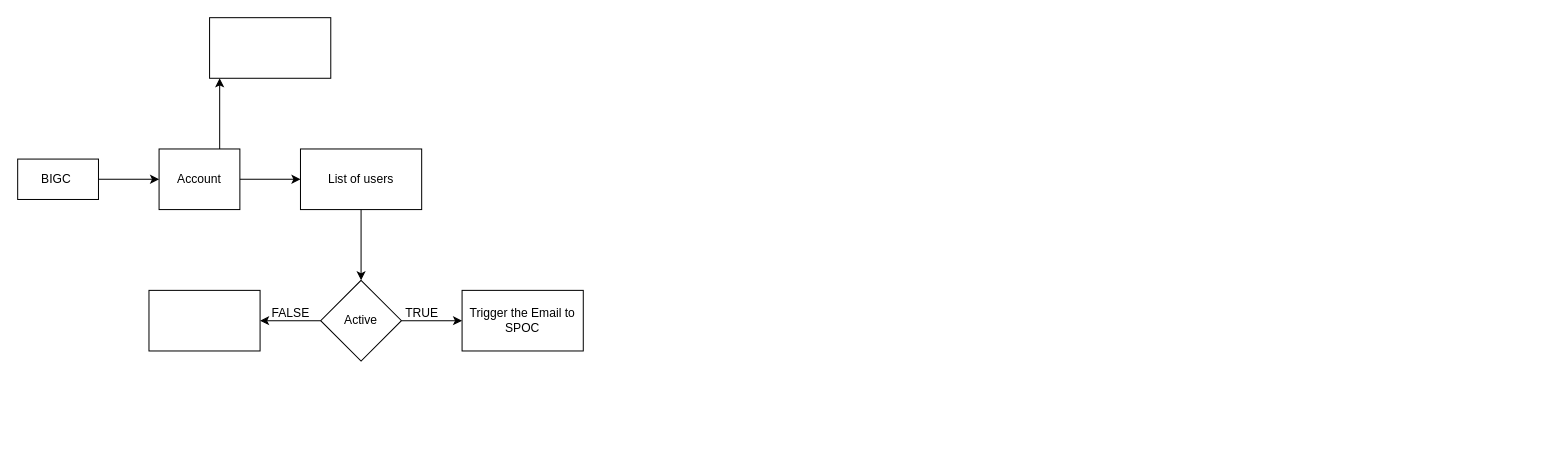
Above: Untitled Diagram.drawio in Kavanam123/Archary-Game (draw.io), before the change. Source tidied: cells renumbered, new cells numbered last; positions are measured from the earlier drawing's top-left corner, leaving out a move shared by most shapes. Both pictures are drawn from the tidied source at 101%, with x=0, y=0 at pixel (17, 17).
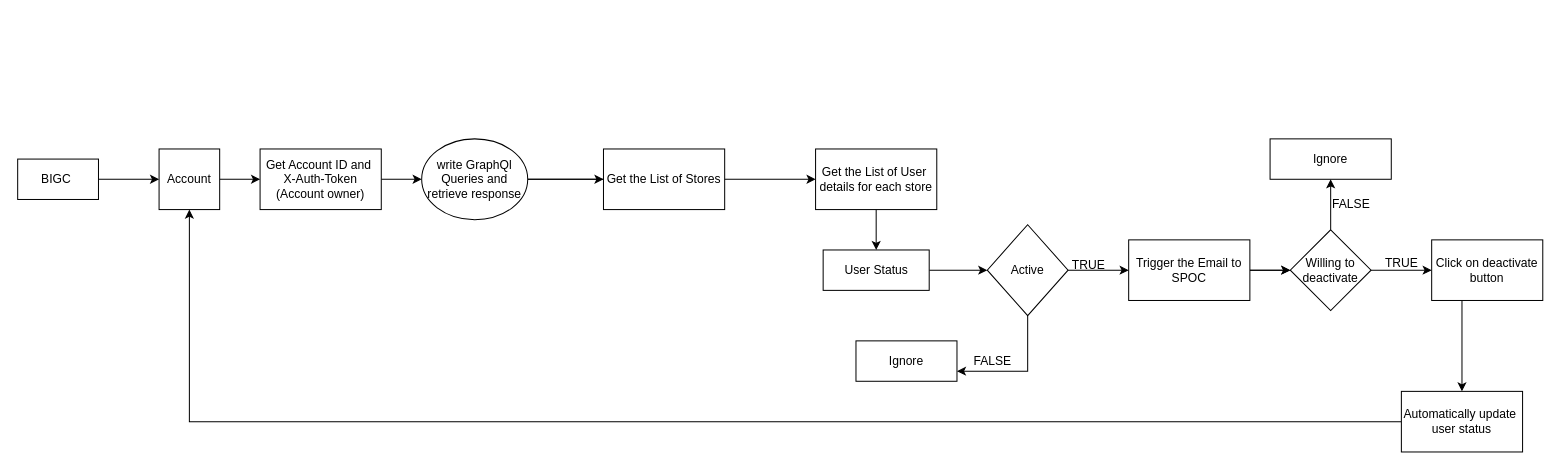
After the change.

Diff of the diagram source:
```diff
@@
-    <mxCell id="4" style="edgeStyle=orthogonalEdgeStyle;rounded=0;jettySize=auto;html=1;" parent="1" edge="1" source="6" target="8">
-      <mxGeometry relative="1" as="geometry" />
+    <mxCell id="4" style="edgeStyle=orthogonalEdgeStyle;rounded=0;jettySize=auto;html=1;" parent="1" edge="1" source="6">
+      <mxGeometry relative="1" as="geometry">
+        <mxPoint x="240" y="160" as="targetPoint" />
+      </mxGeometry>
     </mxCell>
-    <mxCell id="5" style="edgeStyle=orthogonalEdgeStyle;rounded=0;jettySize=auto;html=1;" parent="1" edge="1" source="6" target="9">
-      <mxGeometry relative="1" as="geometry">
-        <Array as="points">
-          <mxPoint x="200" y="90" />
-          <mxPoint x="200" y="90" />
-        </Array>
-      </mxGeometry>
-    </mxCell>
     <mxCell id="6" value="Account" style="whiteSpace=wrap;html=1;rounded=0;" parent="1" vertex="1">
-      <mxGeometry x="140" y="130" width="80" height="60" as="geometry" />
+      <mxGeometry x="140" y="130" width="60" height="60" as="geometry" />
     </mxCell>
-    <mxCell id="7" style="edgeStyle=orthogonalEdgeStyle;rounded=0;jettySize=auto;html=1;" parent="1" edge="1" source="8" target="12">
-      <mxGeometry relative="1" as="geometry" />
-    </mxCell>
+    <mxCell id="17" style="edgeStyle=orthogonalEdgeStyle;rounded=0;jettySize=auto;html=1;" parent="1" edge="1" source="8" target="25">
+      <mxGeometry relative="1" as="geometry" />
+    </mxCell>
-    <mxCell id="8" value="List of users" style="whiteSpace=wrap;html=1;rounded=0;" parent="1" vertex="1">
-      <mxGeometry x="280" y="130" width="120" height="60" as="geometry" />
+    <mxCell id="8" value="Get Account ID and&amp;nbsp;&lt;div&gt;X-Auth-Token (Account owner)&lt;/div&gt;" style="whiteSpace=wrap;html=1;rounded=0;" parent="1" vertex="1">
+      <mxGeometry x="240" y="130" width="120" height="60" as="geometry" />
     </mxCell>
-    <mxCell id="9" style="whiteSpace=wrap;html=1;rounded=0;" parent="1" vertex="1">
-      <mxGeometry x="190" width="120" height="60" as="geometry" />
-    </mxCell>
@@
-    <mxCell id="11" style="edgeStyle=orthogonalEdgeStyle;rounded=0;jettySize=auto;html=1;" parent="1" edge="1" source="12" target="15">
-      <mxGeometry relative="1" as="geometry" />
-    </mxCell>
+    <mxCell id="18" style="edgeStyle=orthogonalEdgeStyle;rounded=0;jettySize=auto;html=1;exitX=0.5;exitY=1;exitDx=0;exitDy=0;entryX=1;entryY=0.75;entryDx=0;entryDy=0;" parent="1" edge="1" source="12" target="38">
+      <mxGeometry relative="1" as="geometry" />
+    </mxCell>
     <mxCell id="12" value="Active" style="rhombus;whiteSpace=wrap;html=1;rounded=0;" parent="1" vertex="1">
-      <mxGeometry x="300" y="260" width="80" height="80" as="geometry" />
+      <mxGeometry x="960" y="205" width="80" height="90" as="geometry" />
     </mxCell>
+    <mxCell id="19" style="edgeStyle=orthogonalEdgeStyle;rounded=0;jettySize=auto;html=1;" parent="1" edge="1" source="13">
+      <mxGeometry relative="1" as="geometry">
+        <mxPoint x="1260" y="250" as="targetPoint" />
+      </mxGeometry>
+    </mxCell>
+    <mxCell id="20" style="edgeStyle=orthogonalEdgeStyle;rounded=0;jettySize=auto;html=1;" parent="1" edge="1" source="13" target="30">
+      <mxGeometry relative="1" as="geometry" />
+    </mxCell>
     <mxCell id="13" value="Trigger the Email to SPOC" style="whiteSpace=wrap;html=1;rounded=0;" parent="1" vertex="1">
-      <mxGeometry x="440" y="270" width="120" height="60" as="geometry" />
+      <mxGeometry x="1100" y="220" width="120" height="60" as="geometry" />
     </mxCell>
     <mxCell id="14" value="TRUE" style="text;html=1;align=center;verticalAlign=middle;strokeColor=none;fillColor=none;" parent="1" vertex="1">
-      <mxGeometry x="370" y="278" width="60" height="30" as="geometry" />
+      <mxGeometry x="1030" y="230" width="60" height="30" as="geometry" />
     </mxCell>
-    <mxCell id="15" style="whiteSpace=wrap;html=1;rounded=0;" parent="1" vertex="1">
-      <mxGeometry x="130" y="270" width="110" height="60" as="geometry" />
-    </mxCell>
-    <mxCell id="16" value="FALSE" style="text;html=1;align=center;verticalAlign=middle;strokeColor=none;fillColor=none;" parent="1" vertex="1">
-      <mxGeometry x="240" y="278" width="60" height="30" as="geometry" />
-    </mxCell>
+    <mxCell id="21" style="edgeStyle=orthogonalEdgeStyle;rounded=0;jettySize=auto;html=1;" parent="1" edge="1" source="22" target="12">
+      <mxGeometry relative="1" as="geometry" />
+    </mxCell>
+    <mxCell id="22" value="User Status" style="whiteSpace=wrap;html=1;rounded=0;" parent="1" vertex="1">
+      <mxGeometry x="797.5" y="230" width="105" height="40" as="geometry" />
+    </mxCell>
+    <mxCell id="23" style="edgeStyle=orthogonalEdgeStyle;rounded=0;jettySize=auto;html=1;" parent="1" edge="1" source="25" target="27">
+      <mxGeometry relative="1" as="geometry" />
+    </mxCell>
+    <mxCell id="24" style="edgeStyle=orthogonalEdgeStyle;rounded=0;jettySize=auto;html=1;" parent="1" edge="1" source="25" target="40">
+      <mxGeometry relative="1" as="geometry" />
+    </mxCell>
+    <mxCell id="25" value="write GraphQl Queries and retrieve response" style="ellipse;whiteSpace=wrap;html=1;rounded=0;" parent="1" vertex="1">
+      <mxGeometry x="400" y="120" width="105" height="80" as="geometry" />
+    </mxCell>
+    <mxCell id="26" style="edgeStyle=orthogonalEdgeStyle;rounded=0;jettySize=auto;html=1;" parent="1" edge="1" source="27" target="22">
+      <mxGeometry relative="1" as="geometry" />
+    </mxCell>
+    <mxCell id="27" value="Get the List of User&amp;nbsp;&lt;div&gt;details for each store&lt;/div&gt;" style="whiteSpace=wrap;html=1;rounded=0;" parent="1" vertex="1">
+      <mxGeometry x="790" y="130" width="120" height="60" as="geometry" />
+    </mxCell>
+    <mxCell id="28" style="edgeStyle=orthogonalEdgeStyle;rounded=0;jettySize=auto;html=1;" parent="1" edge="1" source="30" target="31">
+      <mxGeometry relative="1" as="geometry" />
+    </mxCell>
+    <mxCell id="29" style="edgeStyle=orthogonalEdgeStyle;rounded=0;jettySize=auto;html=1;" parent="1" edge="1" source="30" target="34">
+      <mxGeometry relative="1" as="geometry" />
+    </mxCell>
+    <mxCell id="30" value="Willing to deactivate" style="rhombus;whiteSpace=wrap;html=1;rounded=0;" parent="1" vertex="1">
+      <mxGeometry x="1260" y="210" width="80" height="80" as="geometry" />
+    </mxCell>
+    <mxCell id="31" value="Ignore" style="whiteSpace=wrap;html=1;rounded=0;" parent="1" vertex="1">
+      <mxGeometry x="1240" y="120" width="120" height="40" as="geometry" />
+    </mxCell>
+    <mxCell id="32" value="FALSE" style="text;html=1;align=center;verticalAlign=middle;strokeColor=none;fillColor=none;" parent="1" vertex="1">
+      <mxGeometry x="1290" y="170" width="60" height="30" as="geometry" />
+    </mxCell>
+    <mxCell id="33" style="edgeStyle=orthogonalEdgeStyle;rounded=0;jettySize=auto;html=1;" parent="1" edge="1" source="34" target="37">
+      <mxGeometry relative="1" as="geometry">
+        <Array as="points">
+          <mxPoint x="1430" y="300" />
+          <mxPoint x="1430" y="300" />
+        </Array>
+      </mxGeometry>
+    </mxCell>
+    <mxCell id="34" value="Click on deactivate button" style="whiteSpace=wrap;html=1;rounded=0;" parent="1" vertex="1">
+      <mxGeometry x="1400" y="220" width="110" height="60" as="geometry" />
+    </mxCell>
+    <mxCell id="35" value="TRUE&lt;div&gt;&lt;br&gt;&lt;/div&gt;" style="text;html=1;align=center;verticalAlign=middle;strokeColor=none;fillColor=none;" parent="1" vertex="1">
+      <mxGeometry x="1340" y="230" width="60" height="40" as="geometry" />
+    </mxCell>
+    <mxCell id="36" style="edgeStyle=orthogonalEdgeStyle;rounded=0;jettySize=auto;html=1;entryX=0.5;entryY=1;entryDx=0;entryDy=0;" parent="1" edge="1" source="37" target="6">
+      <mxGeometry relative="1" as="geometry" />
+    </mxCell>
+    <mxCell id="37" value="Automatically update&amp;nbsp;&lt;div&gt;user status&lt;/div&gt;" style="whiteSpace=wrap;html=1;rounded=0;" parent="1" vertex="1">
+      <mxGeometry x="1370" y="370" width="120" height="60" as="geometry" />
+    </mxCell>
+    <mxCell id="38" value="Ignore" style="whiteSpace=wrap;html=1;rounded=0;" parent="1" vertex="1">
+      <mxGeometry x="830" y="320" width="100" height="40" as="geometry" />
+    </mxCell>
+    <mxCell id="39" value="FALSE" style="text;html=1;align=center;verticalAlign=middle;strokeColor=none;fillColor=none;" parent="1" vertex="1">
+      <mxGeometry x="935" y="325" width="60" height="30" as="geometry" />
+    </mxCell>
+    <mxCell id="40" value="Get the List of Stores" style="whiteSpace=wrap;html=1;rounded=0;" parent="1" vertex="1">
+      <mxGeometry x="580" y="130" width="120" height="60" as="geometry" />
+    </mxCell>
```
